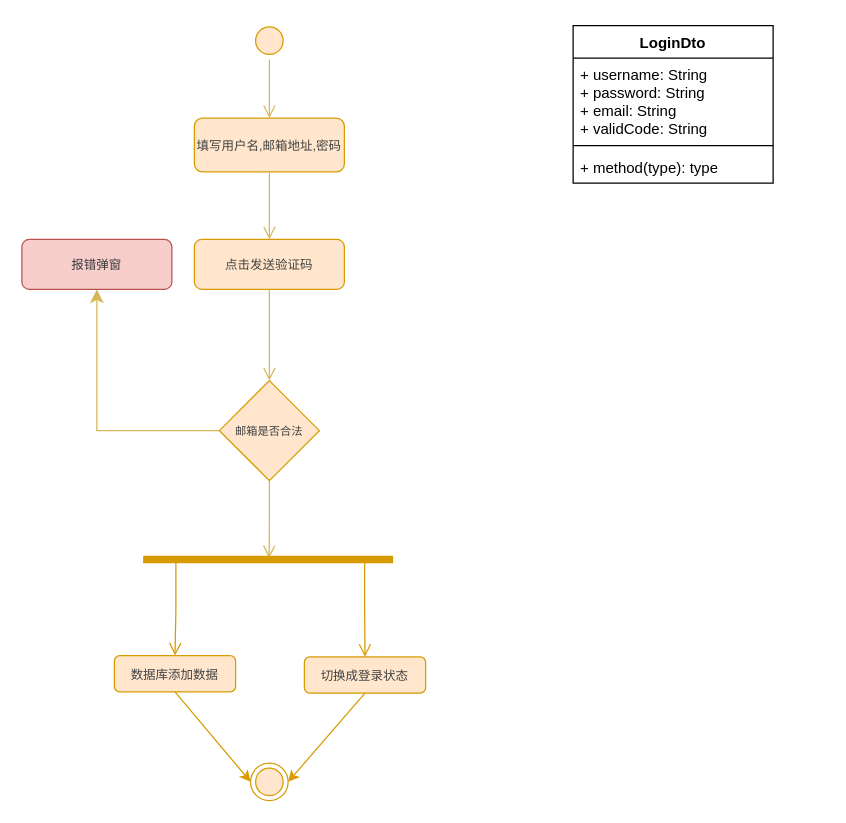
matrix-johnjohn/EatGo-Ordering-App keeps this draw.io diagram as prds/业务流程图.drawio. Above is the earlier version. Source tidied: cells renumbered, new cells numbered last; positions are measured from the earlier drawing's top-left corner, leaving out a move shared by most shapes. Both pictures are drawn from the tidied source at 125%, with x=0, y=0 at pixel (21, 21).
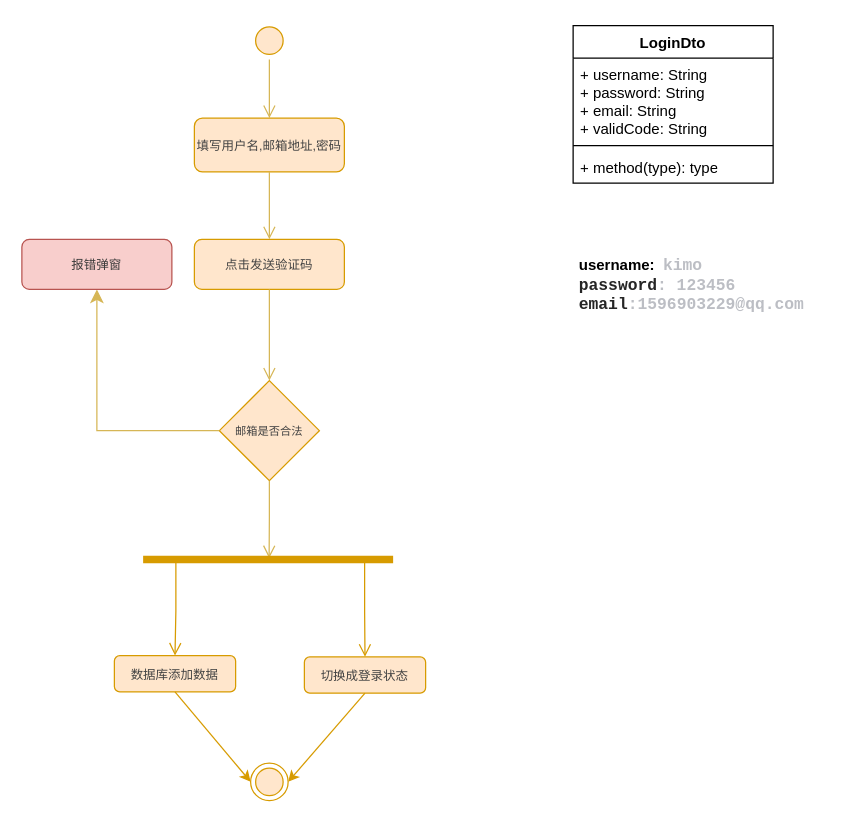
After the change.

The edit, as a diff of the source:
```diff
@@
+    <mxCell id="24" value="username:&amp;nbsp;&lt;span&gt;&amp;nbsp;&lt;span style=&quot;font-family: &amp;quot;JetBrains Mono&amp;quot;, monospace; font-size: 9.8pt; color: rgb(188, 190, 196);&quot;&gt;kimo&lt;/span&gt;&lt;/span&gt;&lt;div&gt;&lt;span style=&quot;font-family: &amp;quot;JetBrains Mono&amp;quot;, monospace; font-size: 9.8pt; color: rgb(188, 190, 196);&quot;&gt;&lt;font style=&quot;color: rgb(37, 37, 37);&quot;&gt;password&lt;/font&gt;&lt;/span&gt;&lt;span style=&quot;font-family: &amp;quot;JetBrains Mono&amp;quot;, monospace; font-size: 9.8pt; color: rgb(188, 190, 196);&quot;&gt;: 123456&lt;/span&gt;&lt;/div&gt;&lt;div&gt;&lt;span style=&quot;font-family: &amp;quot;JetBrains Mono&amp;quot;, monospace; font-size: 9.8pt; color: rgb(188, 190, 196);&quot;&gt;&lt;font style=&quot;color: rgb(37, 37, 37);&quot;&gt;email&lt;/font&gt;&lt;/span&gt;&lt;span style=&quot;font-family: &amp;quot;JetBrains Mono&amp;quot;, monospace; font-size: 9.8pt; color: rgb(188, 190, 196);&quot;&gt;:1596903229@qq.com&lt;/span&gt;&lt;/div&gt;" style="text;align=left;fontStyle=1;verticalAlign=middle;spacingLeft=3;spacingRight=3;strokeColor=none;html=1;" parent="1" vertex="1">
+      <mxGeometry x="441" y="166" width="201" height="90" as="geometry" />
+    </mxCell>
```
